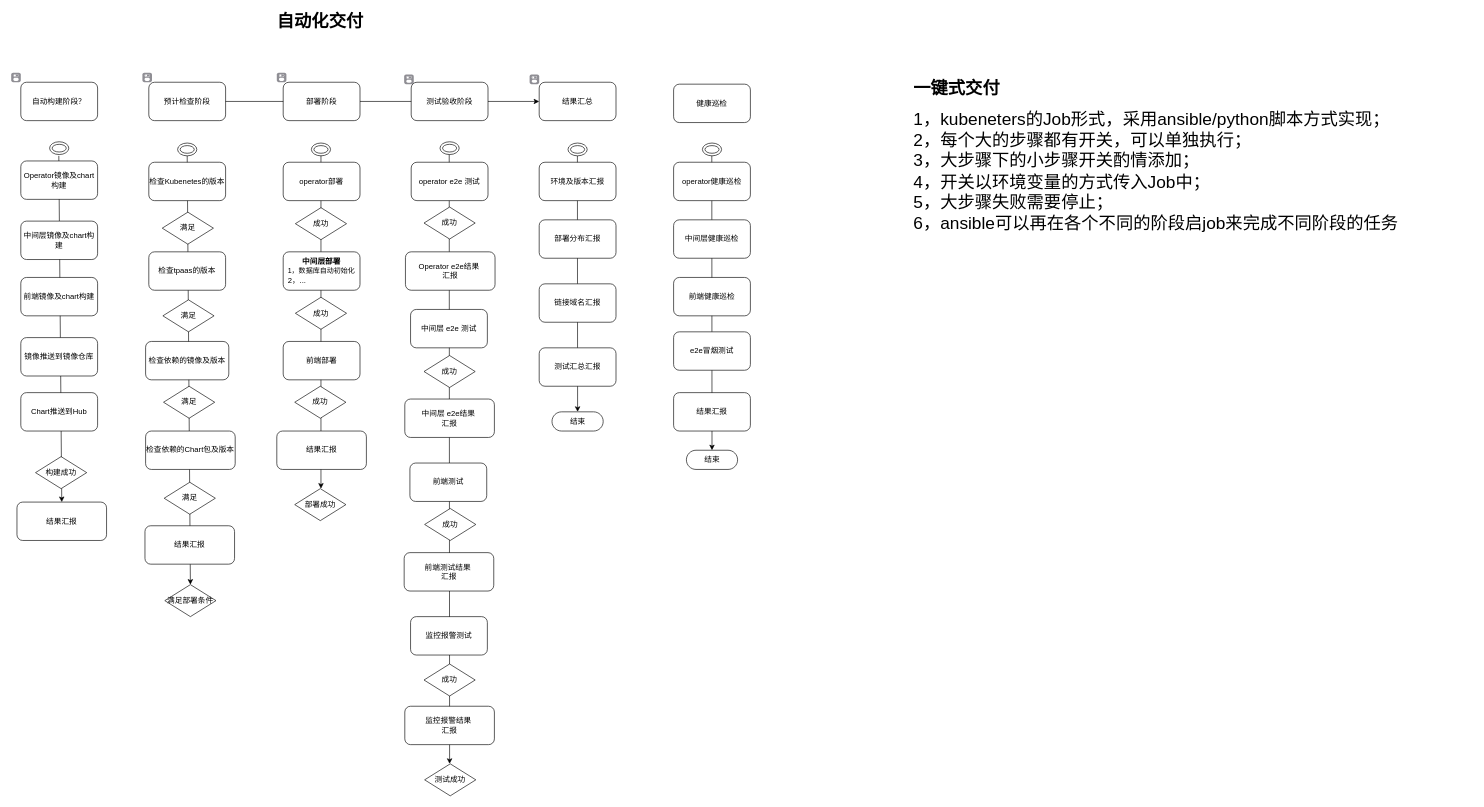
Before: page "自动化交付" (8 of 8) of TPASS.drawio in zjtheone/read-the-fxxk-code, a draw.io diagram. Source tidied: cells renumbered, new cells numbered last; positions are measured from the earlier drawing's top-left corner, leaving out a move shared by most shapes. Both pictures are drawn from the tidied source at 64%, with x=0, y=0 at pixel (11, 15).
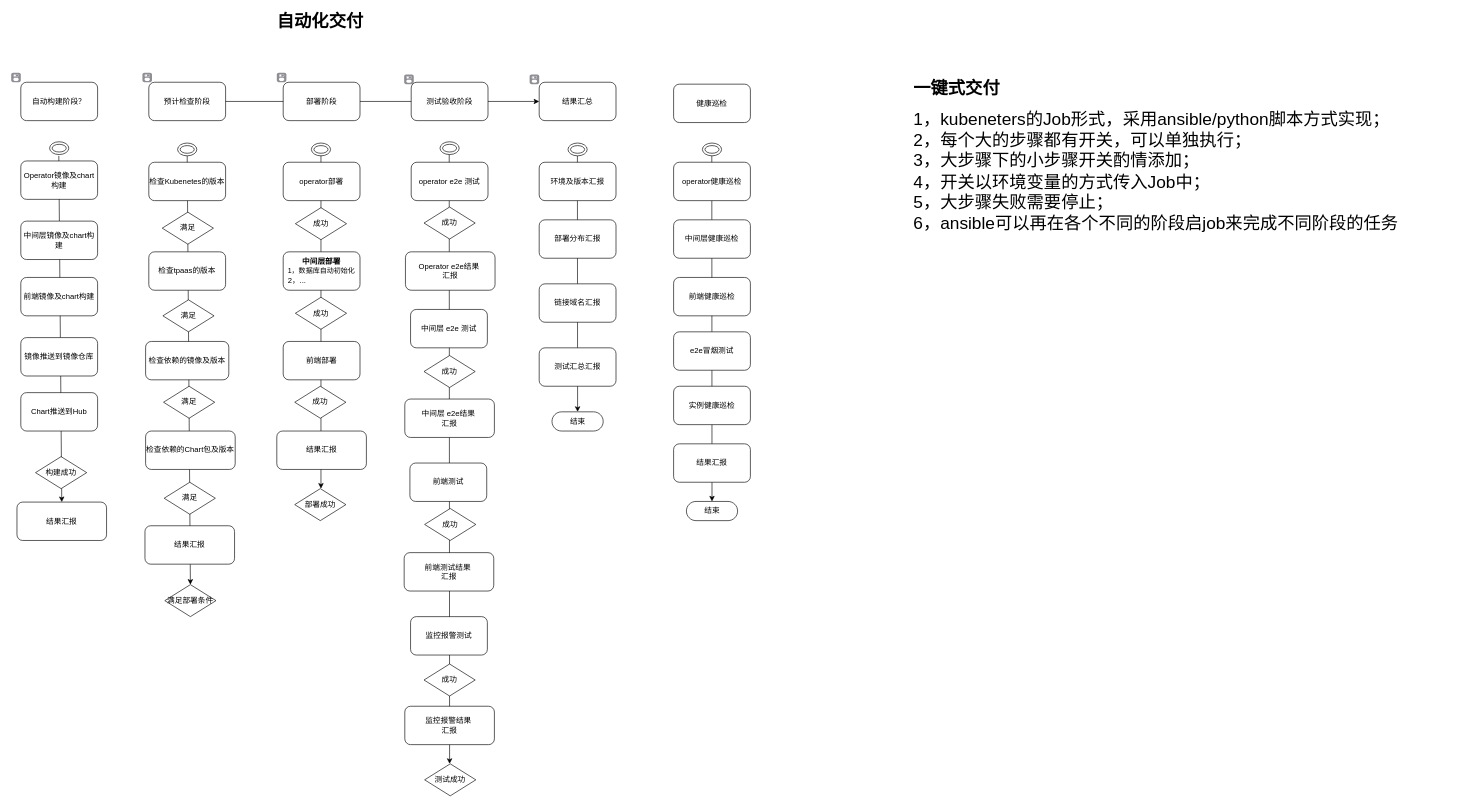
The same page after the edit.

Change to the diagram source:
```diff
@@
     <mxCell id="74" value="&lt;font color=&quot;#000000&quot;&gt;结果汇报&lt;/font&gt;" style="rounded=1;whiteSpace=wrap;html=1;fontColor=#00FFFF;strokeColor=#000000;fillColor=#FFFFFF;gradientColor=none;" parent="1" vertex="1">
-      <mxGeometry x="1035" y="590" width="120" height="60" as="geometry" />
+      <mxGeometry x="1035" y="670" width="120" height="60" as="geometry" />
     </mxCell>
     <mxCell id="75" value="&lt;font color=&quot;#000000&quot; style=&quot;font-size: 12px;&quot;&gt;结束&lt;/font&gt;" style="html=1;dashed=0;whitespace=wrap;shape=mxgraph.dfd.start;fontSize=12;fontColor=#00FFFF;strokeColor=#000000;fillColor=#FFFFFF;gradientColor=none;" parent="1" vertex="1">
-      <mxGeometry x="1055" y="680" width="80" height="30" as="geometry" />
+      <mxGeometry x="1055" y="760" width="80" height="30" as="geometry" />
     </mxCell>
@@
+    <mxCell id="77" value="&lt;font color=&quot;#000000&quot;&gt;实例健康巡检&lt;/font&gt;" style="rounded=1;whiteSpace=wrap;html=1;fontColor=#00FFFF;strokeColor=#000000;gradientColor=none;fillColor=#FFFFFF;" parent="1" vertex="1">
+      <mxGeometry x="1035" y="580" width="120" height="60" as="geometry" />
+    </mxCell>
```
